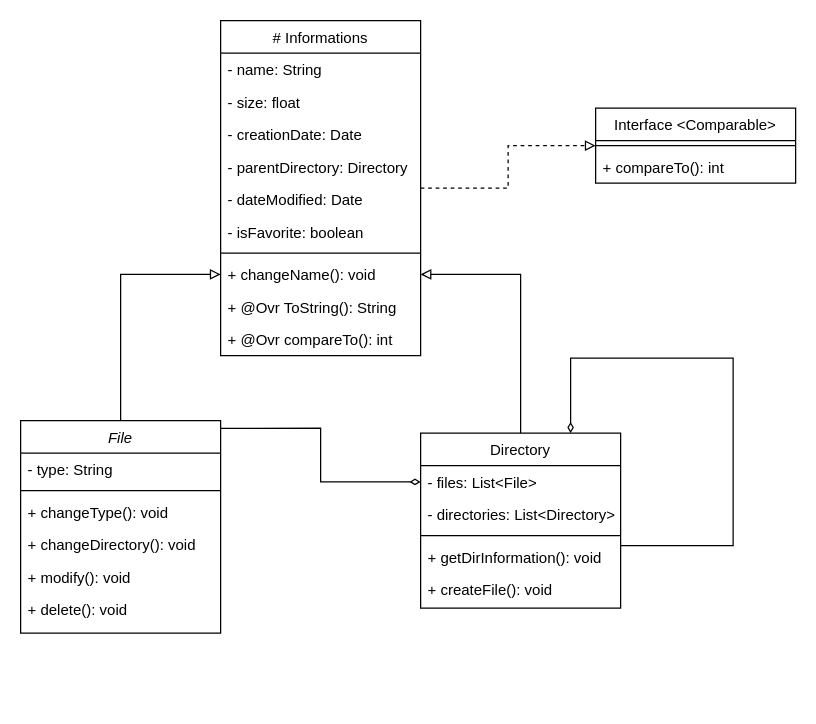
Before: Filesystem 1.drawio in Matteo-Italiano/FileSystem-Trabanov, a draw.io diagram. Source tidied: cells renumbered, new cells numbered last; positions are measured from the earlier drawing's top-left corner, leaving out a move shared by most shapes. Both pictures are drawn from the tidied source at 125%, with x=0, y=0 at pixel (20, 20).
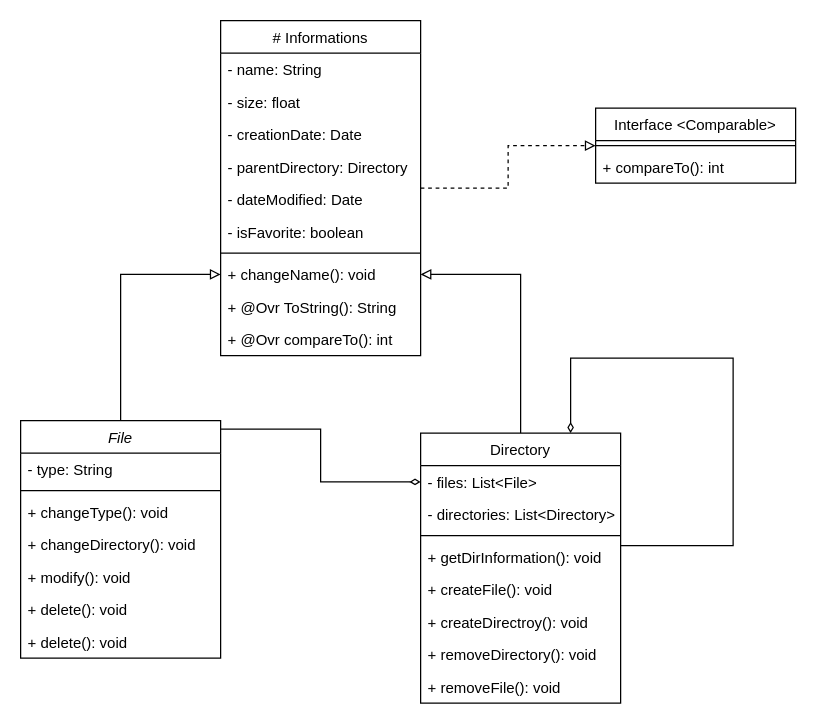
Above is the later version.

What changed in the source:
```diff
@@
     <mxCell id="3" value="File" style="swimlane;fontStyle=2;align=center;verticalAlign=top;horizontal=1;startSize=26;rounded=0;shadow=0;strokeWidth=1;" parent="1" vertex="1">
-      <mxGeometry y="320" width="160" height="170" as="geometry" />
+      <mxGeometry y="320" width="160" height="190" as="geometry" />
     </mxCell>
@@
+    <mxCell id="34" value="+ delete(): void" style="text;align=left;verticalAlign=top;spacingLeft=4;spacingRight=4;overflow=hidden;" parent="3" vertex="1">
+      <mxGeometry y="164" width="160" height="26" as="geometry" />
+    </mxCell>
@@
     <mxCell id="11" value="Directory" style="swimlane;fontStyle=0;align=center;verticalAlign=top;horizontal=1;startSize=26;rounded=0;shadow=0;strokeWidth=1;" parent="1" vertex="1">
-      <mxGeometry x="320" y="330" width="160" height="140" as="geometry" />
+      <mxGeometry x="320" y="330" width="160" height="216" as="geometry" />
     </mxCell>
@@
+    <mxCell id="35" value="+ createDirectroy(): void" style="text;align=left;verticalAlign=top;spacingLeft=4;spacingRight=4;overflow=hidden;" parent="11" vertex="1">
+      <mxGeometry y="138" width="160" height="26" as="geometry" />
+    </mxCell>
+    <mxCell id="36" value="+ removeDirectory(): void" style="text;align=left;verticalAlign=top;spacingLeft=4;spacingRight=4;overflow=hidden;" parent="11" vertex="1">
+      <mxGeometry y="164" width="160" height="26" as="geometry" />
+    </mxCell>
+    <mxCell id="37" value="+ removeFile(): void" style="text;align=left;verticalAlign=top;spacingLeft=4;spacingRight=4;overflow=hidden;" parent="11" vertex="1">
+      <mxGeometry y="190" width="160" height="26" as="geometry" />
+    </mxCell>
```
